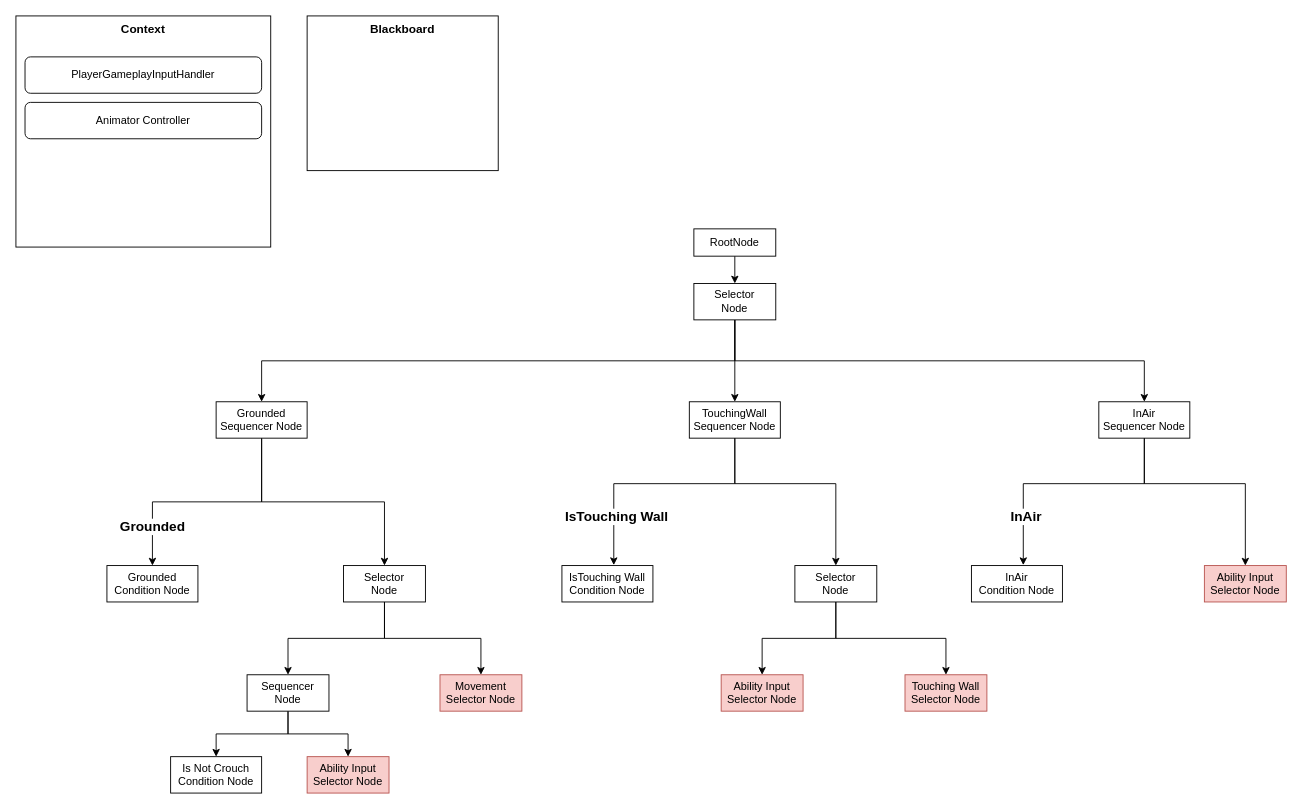
Before: BehaviorTree/Player/Player BehaviorTree.drawio in BigLazyET/unity-flow, a draw.io diagram. Source tidied: cells renumbered, new cells numbered last; positions are measured from the earlier drawing's top-left corner, leaving out a move shared by most shapes. Both pictures are drawn from the tidied source at 91%, with x=0, y=0 at pixel (15, 15).
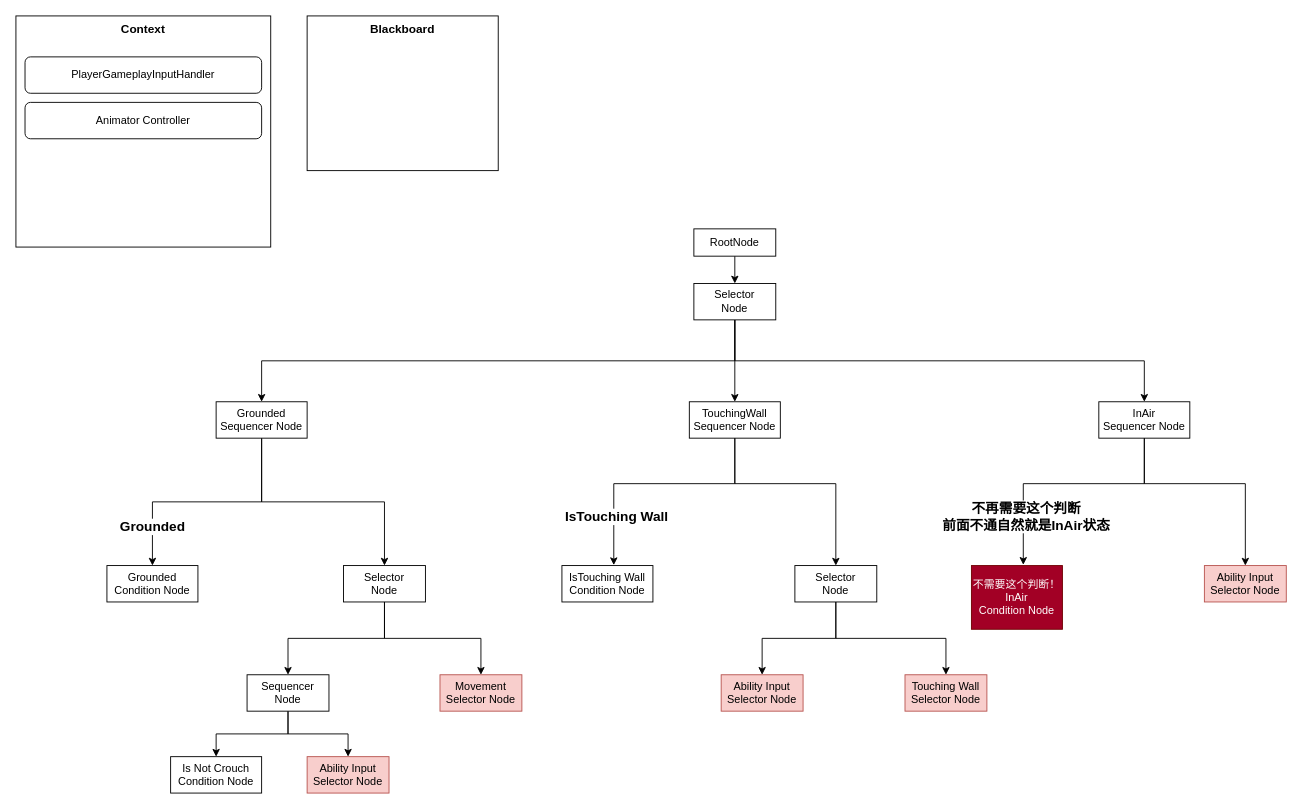
Above is the later version.

Commit message:
Player Behaviour Tree

Unchanged cells that the change refers to:
```xml
<mxCell id="37" style="edgeStyle=orthogonalEdgeStyle;rounded=0;jettySize=auto;html=1;entryX=0.57;entryY=-0.012;entryDx=0;entryDy=0;entryPerimeter=0;exitX=0.5;exitY=1;exitDx=0;exitDy=0;" parent="1" edge="1" source="35" target="36">
  <mxGeometry relative="1" as="geometry">
    <Array as="points">
      <mxPoint x="1240" y="514" />
      <mxPoint x="1107" y="514" />
    </Array>
  </mxGeometry>
</mxCell>
```

The edit, as a diff of the source:
```diff
@@
-    <mxCell id="36" value="InAir&lt;br&gt;Condition Node" style="rounded=0;whiteSpace=wrap;html=1;" parent="1" vertex="1">
-      <mxGeometry x="1050" y="604" width="100" height="40" as="geometry" />
+    <mxCell id="36" value="不需要这个判断！&lt;div&gt;InAir&lt;br&gt;Condition Node&lt;/div&gt;" style="rounded=0;whiteSpace=wrap;html=1;fillColor=#a20025;fontColor=#ffffff;strokeColor=#6F0000;" parent="1" vertex="1">
+      <mxGeometry x="1050" y="604" width="100" height="70" as="geometry" />
     </mxCell>
@@
-    <mxCell id="38" value="InAir" style="edgeLabel;html=1;align=center;verticalAlign=middle;fontStyle=1;fontSize=15;" parent="37" vertex="1">
+    <mxCell id="38" value="不再需要这个判断&lt;div&gt;前面不通自然就是InAir状态&lt;/div&gt;" style="edgeLabel;html=1;align=center;verticalAlign=middle;fontStyle=1;fontSize=15;" parent="37" vertex="1">
       <mxGeometry x="0.6" y="2" relative="1" as="geometry" />
     </mxCell>
```
